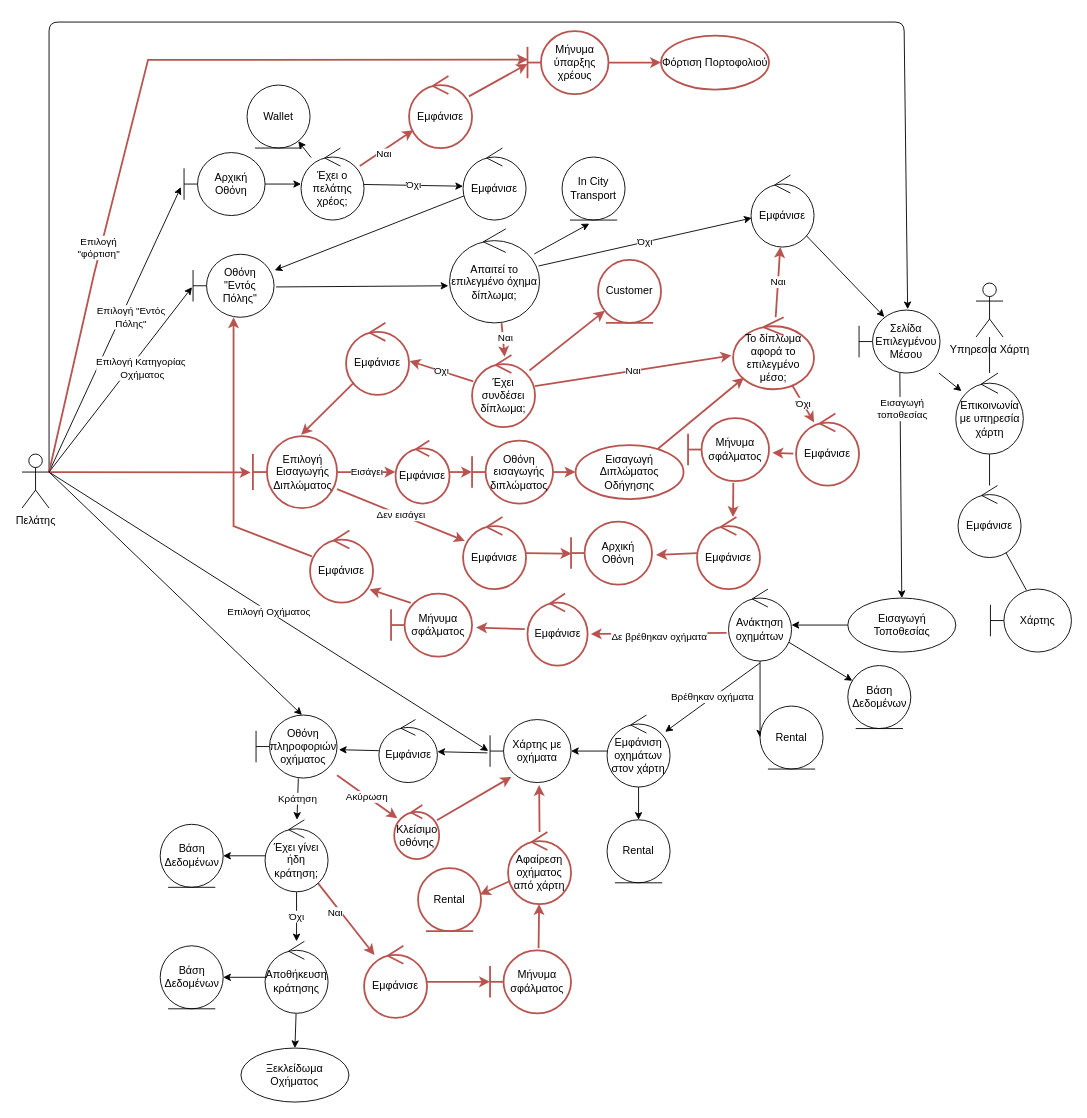
Before: Part_2/Robustness/diagrams/01_Επιλογή_Μέσου_Μετακίνησης.drawio in Nikolis2002/texnoligia_logismikou, a draw.io diagram. Source tidied: cells renumbered, new cells numbered last; positions are measured from the earlier drawing's top-left corner, leaving out a move shared by most shapes. Both pictures are drawn from the tidied source at 90%, with x=0, y=0 at pixel (22, 22).
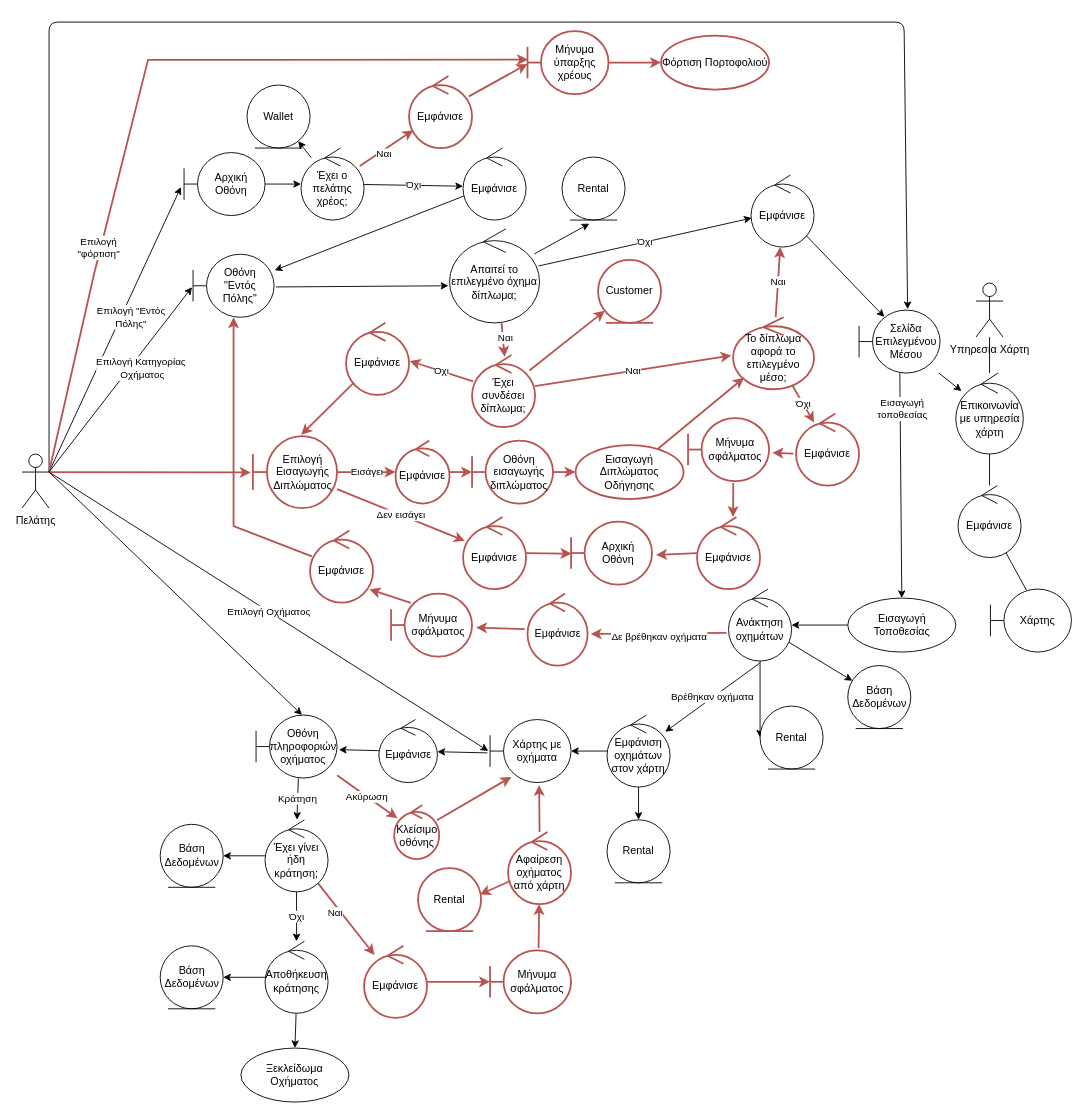
After the change.

What changed in the source:
```diff
@@
-    <mxCell id="61" value="In City Transport" style="ellipse;shape=umlEntity;whiteSpace=wrap;html=1;fillColor=default;strokeColor=default;strokeWidth=1;" parent="1" vertex="1">
+    <mxCell id="61" value="Rental" style="ellipse;shape=umlEntity;whiteSpace=wrap;html=1;fillColor=default;strokeColor=default;strokeWidth=1;" parent="1" vertex="1">
       <mxGeometry x="600" y="150" width="70" height="70" as="geometry" />
     </mxCell>
```
